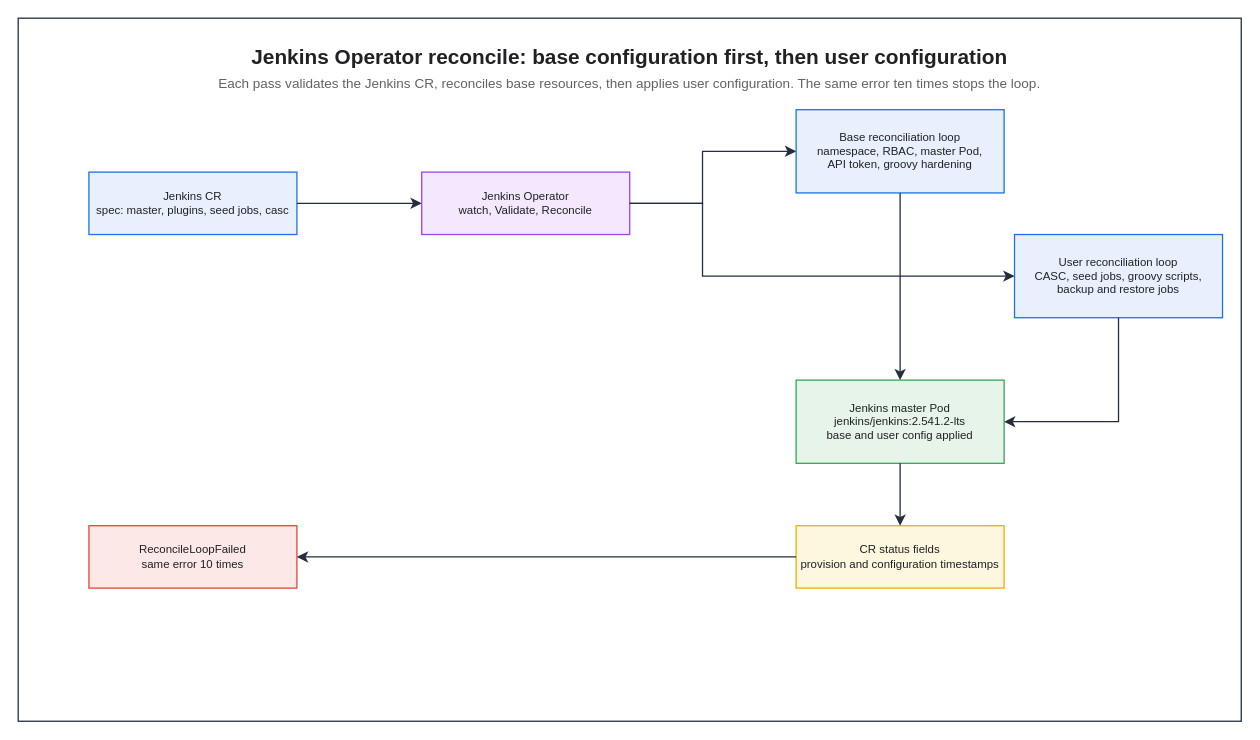
Above: assets/img/ci-cd/jenkins/jenkins-operator/jenkins-operator-reconcile-loop.drawio in KKamJi98/kkamji98.github.io (draw.io), before the change. Source tidied: cells renumbered, new cells numbered last; positions are measured from the earlier drawing's top-left corner, leaving out a move shared by most shapes. Both pictures are drawn from the tidied source at 104%, with x=0, y=0 at pixel (18, 18).
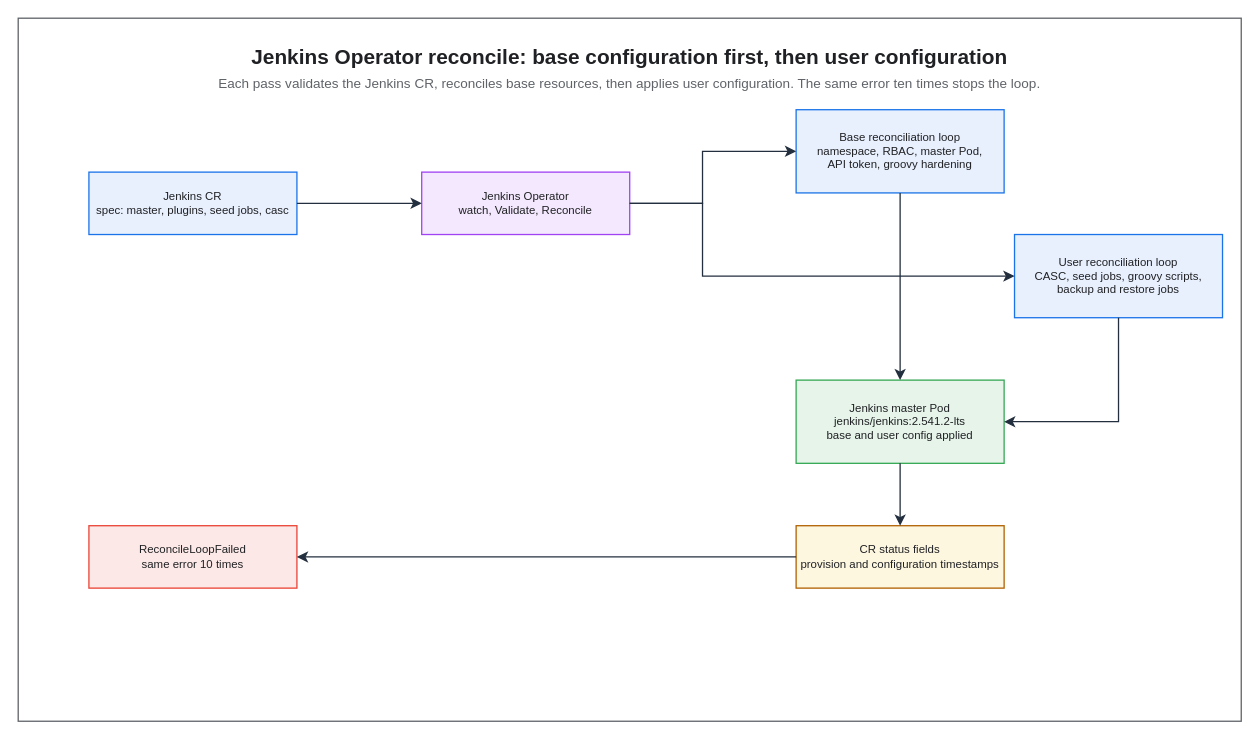
After the change.

Diff of the diagram source:
```diff
@@
-    <mxCell id="2" style="rounded=0;html=0;fillColor=none;strokeColor=#232F3E;fontColor=#202124;strokeWidth=1.25;" parent="1" vertex="1">
+    <mxCell id="2" style="rounded=0;html=0;fillColor=none;strokeColor=#5F6368;fontColor=#202124;strokeWidth=1.25;" parent="1" vertex="1">
       <mxGeometry width="1176" height="676" as="geometry" />
     </mxCell>
@@
-    <mxCell id="10" value="CR status fields&#10;provision and configuration timestamps" style="rounded=0;whiteSpace=wrap;html=0;fillColor=#FEF7E0;strokeColor=#F9AB00;fontColor=#202124;fontSize=11;fontStyle=0;align=center;verticalAlign=middle;strokeWidth=1.25;" parent="1" vertex="1">
+    <mxCell id="10" value="CR status fields&#10;provision and configuration timestamps" style="rounded=0;whiteSpace=wrap;html=0;fillColor=#FEF7E0;strokeColor=#B06000;fontColor=#202124;fontSize=11;fontStyle=0;align=center;verticalAlign=middle;strokeWidth=1.25;" parent="1" vertex="1">
       <mxGeometry x="748" y="488" width="200" height="60" as="geometry" />
     </mxCell>
```
